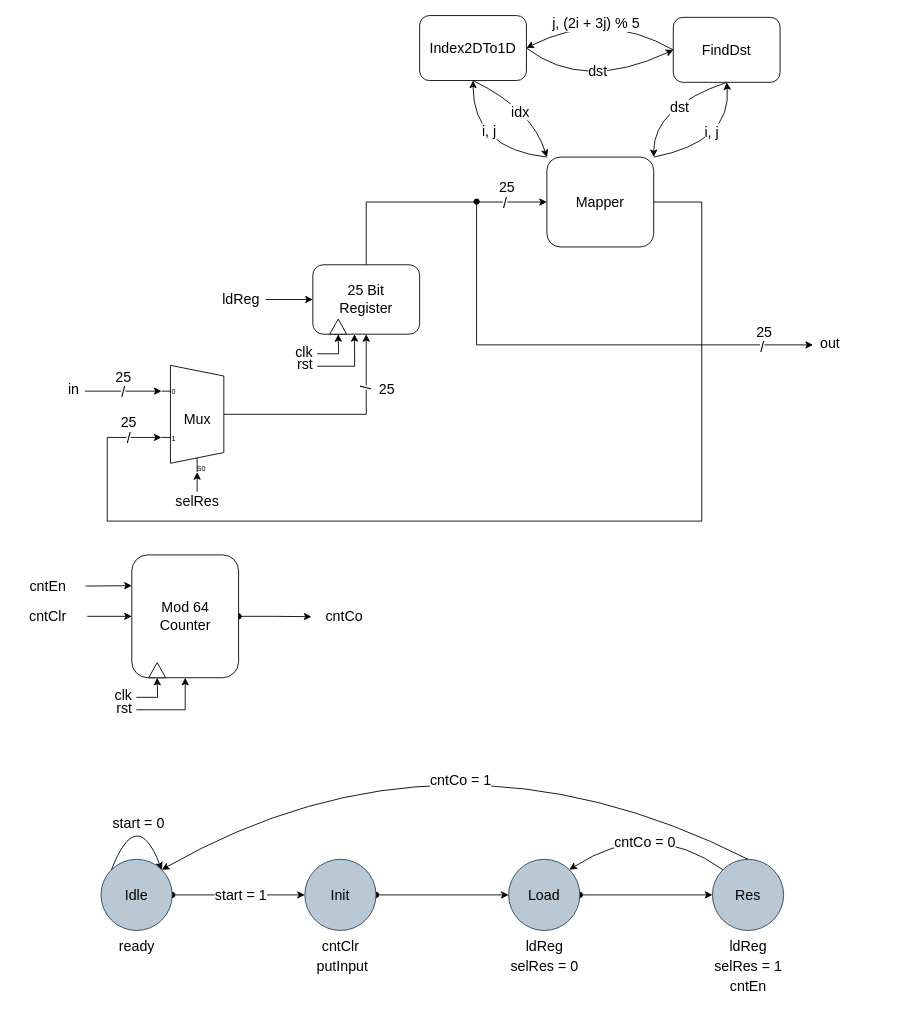
Before: CA2/trunk/doc/Premute.drawio in PashaBarahimi/Computer-Aided-Design-Projects, a draw.io diagram. Source tidied: cells renumbered, new cells numbered last; positions are measured from the earlier drawing's top-left corner, leaving out a move shared by most shapes. Both pictures are drawn from the tidied source at 89%, with x=0, y=0 at pixel (20, 9).
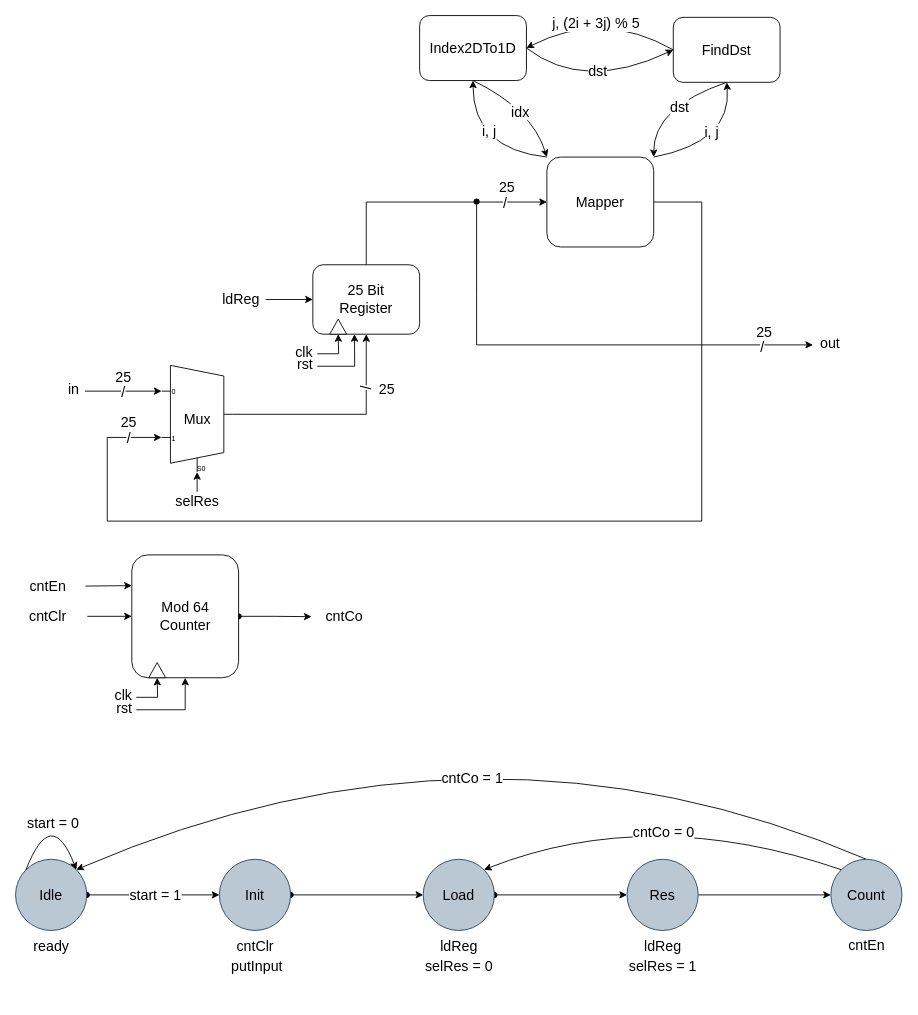
The same page after the edit.

What changed in the source:
```diff
@@
     <mxCell id="4" value="Idle" style="ellipse;whiteSpace=wrap;html=1;fontSize=16;fillColor=#bac8d3;strokeColor=#23445d;" parent="1" vertex="1">
-      <mxGeometry x="90" y="955" width="80" height="80" as="geometry" />
+      <mxGeometry x="-6" y="955" width="80" height="80" as="geometry" />
     </mxCell>
@@
     <mxCell id="64" value="ready" style="text;html=1;align=center;verticalAlign=middle;strokeColor=none;fillColor=none;fontSize=16;" parent="1" vertex="1">
-      <mxGeometry x="101" y="1037" width="58" height="31" as="geometry" />
+      <mxGeometry x="5" y="1037" width="58" height="31" as="geometry" />
     </mxCell>
     <mxCell id="65" style="curved=1;endArrow=classic;html=1;rounded=0;fontSize=16;endSize=6;exitX=0;exitY=0;exitDx=0;exitDy=0;entryX=1;entryY=0;entryDx=0;entryDy=0;" parent="1" edge="1" source="4" target="4">
       <mxGeometry relative="1" as="geometry">
         <Array as="points">
-          <mxPoint x="130" y="894" />
+          <mxPoint x="34" y="894" />
         </Array>
       </mxGeometry>
     </mxCell>
     <mxCell id="66" value="start = 0" style="text;html=1;align=center;verticalAlign=middle;strokeColor=none;fillColor=none;fontSize=16;" parent="1" vertex="1">
-      <mxGeometry x="94" y="898" width="76" height="31" as="geometry" />
+      <mxGeometry x="-2" y="898" width="76" height="31" as="geometry" />
     </mxCell>
@@
     <mxCell id="68" value="Init" style="ellipse;whiteSpace=wrap;html=1;fontSize=16;fillColor=#bac8d3;strokeColor=#23445d;" parent="1" vertex="1">
-      <mxGeometry x="319" y="955" width="80" height="80" as="geometry" />
+      <mxGeometry x="223" y="955" width="80" height="80" as="geometry" />
     </mxCell>
     <mxCell id="69" value="cntClr" style="text;html=1;align=center;verticalAlign=middle;strokeColor=none;fillColor=none;fontSize=16;" parent="1" vertex="1">
-      <mxGeometry x="329" y="1037" width="60" height="31" as="geometry" />
+      <mxGeometry x="233" y="1037" width="60" height="31" as="geometry" />
     </mxCell>
     <mxCell id="70" value="putInput" style="text;html=1;align=center;verticalAlign=middle;strokeColor=none;fillColor=none;fontSize=16;" parent="1" vertex="1">
-      <mxGeometry x="323" y="1059" width="76" height="31" as="geometry" />
+      <mxGeometry x="227" y="1059" width="76" height="31" as="geometry" />
     </mxCell>
@@
     <mxCell id="72" value="Load" style="ellipse;whiteSpace=wrap;html=1;fontSize=16;fillColor=#bac8d3;strokeColor=#23445d;" parent="1" vertex="1">
-      <mxGeometry x="548" y="955" width="80" height="80" as="geometry" />
+      <mxGeometry x="452" y="955" width="80" height="80" as="geometry" />
     </mxCell>
     <mxCell id="73" value="ldReg" style="text;html=1;align=center;verticalAlign=middle;strokeColor=none;fillColor=none;fontSize=16;" parent="1" vertex="1">
-      <mxGeometry x="558" y="1037" width="60" height="31" as="geometry" />
+      <mxGeometry x="462" y="1037" width="60" height="31" as="geometry" />
     </mxCell>
     <mxCell id="74" value="selRes = 0" style="text;html=1;align=center;verticalAlign=middle;strokeColor=none;fillColor=none;fontSize=16;" parent="1" vertex="1">
-      <mxGeometry x="541" y="1059" width="94" height="31" as="geometry" />
+      <mxGeometry x="445" y="1059" width="94" height="31" as="geometry" />
     </mxCell>
+    <mxCell id="83" style="edgeStyle=orthogonalEdgeStyle;rounded=0;jettySize=auto;html=1;exitX=1;exitY=0.5;exitDx=0;exitDy=0;entryX=0;entryY=0.5;entryDx=0;entryDy=0;" parent="1" edge="1" source="75" target="84">
+      <mxGeometry relative="1" as="geometry" />
+    </mxCell>
     <mxCell id="75" value="Res" style="ellipse;whiteSpace=wrap;html=1;fontSize=16;fillColor=#bac8d3;strokeColor=#23445d;" parent="1" vertex="1">
-      <mxGeometry x="777" y="955" width="80" height="80" as="geometry" />
+      <mxGeometry x="681" y="955" width="80" height="80" as="geometry" />
     </mxCell>
     <mxCell id="76" value="ldReg" style="text;html=1;align=center;verticalAlign=middle;strokeColor=none;fillColor=none;fontSize=16;" parent="1" vertex="1">
-      <mxGeometry x="787" y="1037" width="60" height="31" as="geometry" />
+      <mxGeometry x="691" y="1037" width="60" height="31" as="geometry" />
     </mxCell>
     <mxCell id="77" value="selRes = 1" style="text;html=1;align=center;verticalAlign=middle;strokeColor=none;fillColor=none;fontSize=16;" parent="1" vertex="1">
-      <mxGeometry x="770" y="1059" width="94" height="31" as="geometry" />
+      <mxGeometry x="674" y="1059" width="94" height="31" as="geometry" />
     </mxCell>
     <mxCell id="78" value="cntEn" style="text;html=1;align=center;verticalAlign=middle;strokeColor=none;fillColor=none;fontSize=16;" parent="1" vertex="1">
-      <mxGeometry x="787.5" y="1081" width="59" height="31" as="geometry" />
+      <mxGeometry x="920.5" y="1035" width="59" height="31" as="geometry" />
     </mxCell>
-    <mxCell id="79" style="curved=1;endArrow=classic;html=1;rounded=0;fontSize=16;endSize=6;entryX=1;entryY=0;entryDx=0;entryDy=0;exitX=0;exitY=0;exitDx=0;exitDy=0;" parent="1" edge="1" source="75" target="72">
+    <mxCell id="79" style="curved=1;endArrow=classic;html=1;rounded=0;fontSize=16;endSize=6;entryX=1;entryY=0;entryDx=0;entryDy=0;exitX=0;exitY=0;exitDx=0;exitDy=0;" parent="1" edge="1" source="84" target="72">
       <mxGeometry relative="1" as="geometry">
         <Array as="points">
-          <mxPoint x="707" y="908" />
+          <mxPoint x="708" y="893" />
         </Array>
       </mxGeometry>
     </mxCell>
     <mxCell id="80" value="cntCo = 0" style="edgeLabel;html=1;align=center;verticalAlign=middle;fontSize=16;" parent="79" vertex="1">
       <mxGeometry x="0.12" y="20" relative="1" as="geometry">
-        <mxPoint x="-4" y="2" as="offset" />
+        <mxPoint x="19" y="7" as="offset" />
       </mxGeometry>
     </mxCell>
-    <mxCell id="81" style="curved=1;endArrow=classic;html=1;rounded=0;fontSize=16;endSize=6;exitX=0.5;exitY=0;exitDx=0;exitDy=0;entryX=1;entryY=0;entryDx=0;entryDy=0;" parent="1" edge="1" source="75" target="4">
+    <mxCell id="81" style="curved=1;endArrow=classic;html=1;rounded=0;fontSize=16;endSize=6;exitX=0.5;exitY=0;exitDx=0;exitDy=0;entryX=1;entryY=0;entryDx=0;entryDy=0;" parent="1" edge="1" source="84" target="4">
       <mxGeometry relative="1" as="geometry">
         <Array as="points">
-          <mxPoint x="479" y="784" />
+          <mxPoint x="519" y="770" />
         </Array>
       </mxGeometry>
     </mxCell>
@@
+    <mxCell id="84" value="Count" style="ellipse;whiteSpace=wrap;html=1;fontSize=16;fillColor=#bac8d3;strokeColor=#23445d;" parent="1" vertex="1">
+      <mxGeometry x="910" y="955" width="80" height="80" as="geometry" />
+    </mxCell>
```
